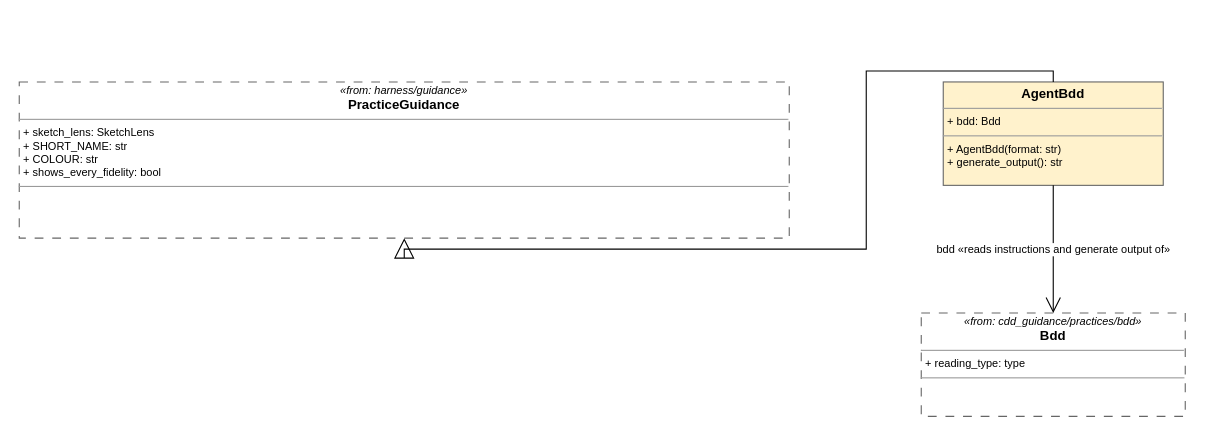
Above: page "cdd_guidance/practices/agent_bdd" (27 of 30) of .context/model/repo-model.drawio in abd-works/abd-context-driven-delivery (draw.io), before the change. Source tidied: cells renumbered, new cells numbered last; positions are measured from the earlier drawing's top-left corner, leaving out a move shared by most shapes. Both pictures are drawn from the tidied source at 110%, with x=0, y=0 at pixel (19, 81).
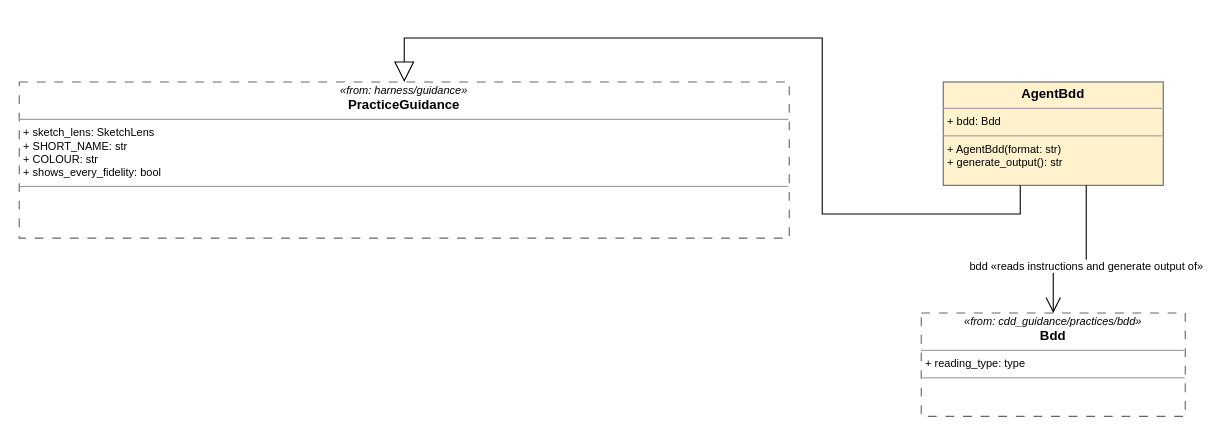
The same diagram, later.

Change to the diagram source:
```diff
@@
 <mxGraphModel>
   <root>
     <mxCell id="0" />
     <mxCell id="1" parent="0" />
     <mxCell id="2" value="&lt;p style=&quot;margin:0px;margin-top:2px;text-align:center;font-size:10px;&quot;&gt;&lt;i&gt;«from: harness/guidance»&lt;/i&gt;&lt;/p&gt;&lt;p style=&quot;margin:0px;text-align:center;&quot;&gt;&lt;b&gt;PracticeGuidance&lt;/b&gt;&lt;/p&gt;&lt;hr size=&quot;1&quot;/&gt;&lt;p style=&quot;margin:0px;margin-left:4px;font-size:10px;&quot;&gt;+ sketch_lens: SketchLens&lt;br/&gt;+ SHORT_NAME: str&lt;br/&gt;+ COLOUR: str&lt;br/&gt;+ shows_every_fidelity: bool&lt;br/&gt;&lt;/p&gt;&lt;hr size=&quot;1&quot;/&gt;&lt;p style=&quot;margin:0px;margin-left:4px;font-size:10px;&quot;&gt;&lt;br/&gt;&lt;/p&gt;" style="verticalAlign=top;align=left;overflow=fill;fontSize=12;fontFamily=Helvetica;html=1;whiteSpace=wrap;dashed=1;dashPattern=8 8;strokeColor=#666666;" parent="1" vertex="1">
       <mxGeometry width="700" height="142" as="geometry" />
     </mxCell>
     <mxCell id="3" value="&lt;p style=&quot;margin:0px;margin-top:2px;text-align:center;font-size:10px;&quot;&gt;&lt;i&gt;«from: cdd_guidance/practices/bdd»&lt;/i&gt;&lt;/p&gt;&lt;p style=&quot;margin:0px;text-align:center;&quot;&gt;&lt;b&gt;Bdd&lt;/b&gt;&lt;/p&gt;&lt;hr size=&quot;1&quot;/&gt;&lt;p style=&quot;margin:0px;margin-left:4px;font-size:10px;&quot;&gt;+ reading_type: type&lt;br/&gt;&lt;/p&gt;&lt;hr size=&quot;1&quot;/&gt;&lt;p style=&quot;margin:0px;margin-left:4px;font-size:10px;&quot;&gt;&lt;br/&gt;&lt;/p&gt;" style="verticalAlign=top;align=left;overflow=fill;fontSize=12;fontFamily=Helvetica;html=1;whiteSpace=wrap;dashed=1;dashPattern=8 8;strokeColor=#666666;" parent="1" vertex="1">
       <mxGeometry x="820" y="210" width="240" height="94" as="geometry" />
     </mxCell>
     <mxCell id="4" value="&lt;p style=&quot;margin:0px;margin-top:4px;text-align:center;&quot;&gt;&lt;b&gt;AgentBdd&lt;/b&gt;&lt;/p&gt;&lt;hr size=&quot;1&quot;/&gt;&lt;p style=&quot;margin:0px;margin-left:4px;font-size:10px;&quot;&gt;+ bdd: Bdd&lt;br/&gt;&lt;/p&gt;&lt;hr size=&quot;1&quot;/&gt;&lt;p style=&quot;margin:0px;margin-left:4px;font-size:10px;&quot;&gt;+ AgentBdd(format: str)&lt;br/&gt;+ generate_output(): str&lt;br/&gt;&lt;/p&gt;" style="verticalAlign=top;align=left;overflow=fill;fontSize=12;fontFamily=Helvetica;html=1;whiteSpace=wrap;fillColor=#fff2cc;strokeColor=#666666;module=cdd_guidance/practices/agent_bdd;" parent="1" vertex="1">
       <mxGeometry x="840" width="200" height="94" as="geometry" />
     </mxCell>
-    <mxCell id="5" value="bdd «reads instructions and generate output of»" style="edgeStyle=orthogonalEdgeStyle;rounded=0;html=1;fontSize=10;labelBackgroundColor=#ffffff;endArrow=open;endSize=12;exitX=0.5;exitY=1.0;exitDx=0;exitDy=0;exitPerimeter=0;entryX=0.5;entryY=0.0;entryDx=0;entryDy=0;entryPerimeter=0;" parent="1" edge="1" source="4" target="3">
-      <mxGeometry relative="1" as="geometry" />
+    <mxCell id="5" value="bdd «reads instructions and generate output of»" style="edgeStyle=orthogonalEdgeStyle;rounded=0;html=1;fontSize=10;labelBackgroundColor=#ffffff;endArrow=open;endSize=12;exitX=0.65;exitY=1.0;exitDx=0;exitDy=0;exitPerimeter=0;entryX=0.5;entryY=0.0;entryDx=0;entryDy=0;entryPerimeter=0;" parent="1" edge="1" source="4" target="3">
+      <mxGeometry relative="1" as="geometry">
+        <Array as="points">
+          <mxPoint x="970" y="170" />
+          <mxPoint x="940" y="170" />
+        </Array>
+      </mxGeometry>
     </mxCell>
-    <mxCell id="6" style="edgeStyle=orthogonalEdgeStyle;rounded=0;html=1;fontSize=10;labelBackgroundColor=#ffffff;endArrow=block;endSize=16;endFill=0;exitX=0.5;exitY=0.0;exitDx=0;exitDy=0;exitPerimeter=0;entryX=0.5;entryY=1.0;entryDx=0;entryDy=0;entryPerimeter=0;" parent="1" edge="1" source="4" target="2">
-      <mxGeometry relative="1" as="geometry" />
+    <mxCell id="6" style="edgeStyle=orthogonalEdgeStyle;rounded=0;html=1;fontSize=10;labelBackgroundColor=#ffffff;endArrow=block;endSize=16;endFill=0;exitX=0.35;exitY=1.0;exitDx=0;exitDy=0;exitPerimeter=0;entryX=0.5;entryY=0.0;entryDx=0;entryDy=0;entryPerimeter=0;" parent="1" edge="1" source="4" target="2">
+      <mxGeometry relative="1" as="geometry">
+        <Array as="points">
+          <mxPoint x="910" y="120" />
+          <mxPoint x="730" y="120" />
+          <mxPoint x="730" y="-40" />
+          <mxPoint x="350" y="-40" />
+        </Array>
+      </mxGeometry>
     </mxCell>
   </root>
 </mxGraphModel>
```
